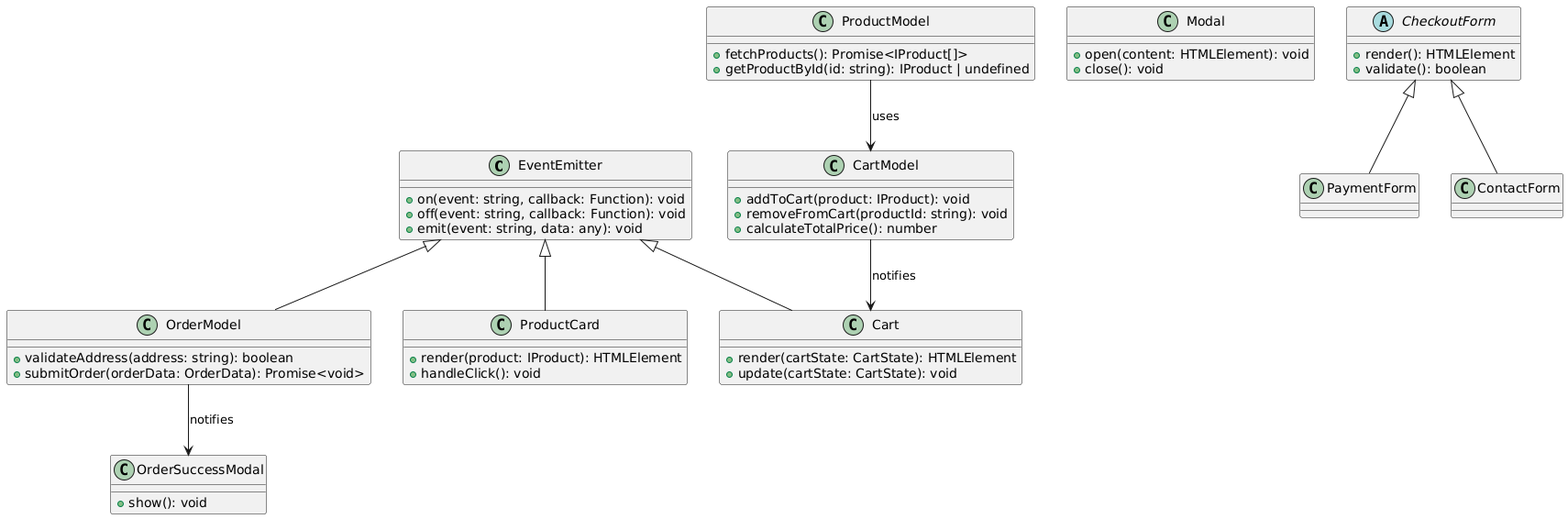
Above: src/docs/UML.png in achepin/web-larek-frontend (PlantUML), before the change.
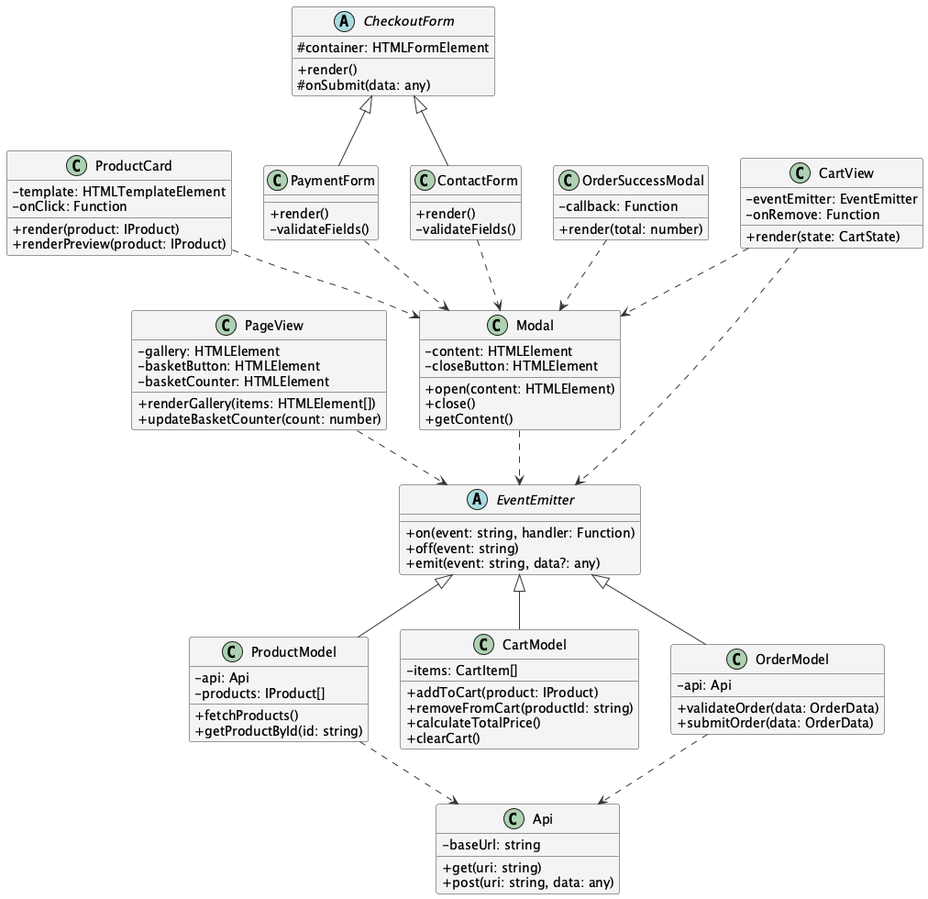
After the change.

What changed in the source:
```diff
@@ -1,59 +1,114 @@
-@startuml
-class EventEmitter {
-  +on(event: string, callback: Function): void
-  +off(event: string, callback: Function): void
-  +emit(event: string, data: any): void
+@startuml WebLarek
+
+skinparam classAttributeIconSize 0
+skinparam backgroundColor white
+skinparam class {
+    BackgroundColor #f4f4f4
+    ArrowColor #333
+    BorderColor #333
+}
+
+abstract class EventEmitter {
+    +on(event: string, handler: Function)
+    +off(event: string)
+    +emit(event: string, data?: any)
+}
+
+class Api {
+    -baseUrl: string
+    +get(uri: string)
+    +post(uri: string, data: any)
 }
 
 class ProductModel {
-  +fetchProducts(): Promise<IProduct[]>
-  +getProductById(id: string): IProduct | undefined
+    -api: Api
+    -products: IProduct[]
+    +fetchProducts()
+    +getProductById(id: string)
 }
 
 class CartModel {
-  +addToCart(product: IProduct): void
-  +removeFromCart(productId: string): void
-  +calculateTotalPrice(): number
+    -items: CartItem[]
+    +addToCart(product: IProduct)
+    +removeFromCart(productId: string)
+    +calculateTotalPrice()
+    +clearCart()
 }
 
 class OrderModel {
-  +validateAddress(address: string): boolean
-  +submitOrder(orderData: OrderData): Promise<void>
+    -api: Api
+    +validateOrder(data: OrderData)
+    +submitOrder(data: OrderData)
+}
+
+class PageView {
+    -gallery: HTMLElement
+    -basketButton: HTMLElement
+    -basketCounter: HTMLElement
+    +renderGallery(items: HTMLElement[])
+    +updateBasketCounter(count: number)
+}
+
+class Modal {
+    -content: HTMLElement
+    -closeButton: HTMLElement
+    +open(content: HTMLElement)
+    +close()
+    +getContent()
 }
 
 class ProductCard {
-  +render(product: IProduct): HTMLElement
-  +handleClick(): void
+    -template: HTMLTemplateElement
+    -onClick: Function
+    +render(product: IProduct)
+    +renderPreview(product: IProduct)
 }
 
-class Modal {
-  +open(content: HTMLElement): void
-  +close(): void
-}
-
-class Cart {
-  +render(cartState: CartState): HTMLElement
-  +update(cartState: CartState): void
+class CartView {
+    -eventEmitter: EventEmitter
+    -onRemove: Function
+    +render(state: CartState)
 }
 
 abstract class CheckoutForm {
-  +render(): HTMLElement
-  +validate(): boolean
+    #container: HTMLFormElement
+    +render()
+    #onSubmit(data: any)
 }
 
-class PaymentForm extends CheckoutForm {}
+class PaymentForm {
+    +render()
+    -validateFields()
+}
 
-class ContactForm extends CheckoutForm {}
+class ContactForm {
+    +render()
+    -validateFields()
+}
 
 class OrderSuccessModal {
-  +show(): void
+    -callback: Function
+    +render(total: number)
 }
 
-EventEmitter <|-- ProductCard
-EventEmitter <|-- Cart
+EventEmitter <|-- ProductModel
+EventEmitter <|-- CartModel
 EventEmitter <|-- OrderModel
 
-ProductModel --> CartModel : uses
-CartModel --> Cart : notifies
-OrderModel --> OrderSuccessModal : notifies
+CheckoutForm <|-- PaymentForm
+CheckoutForm <|-- ContactForm
+
+ProductModel ..> Api
+OrderModel ..> Api
+
+PageView ..> EventEmitter
+CartView ..> EventEmitter
+Modal ..> EventEmitter
+
+ProductCard ..> Modal
+CartView ..> Modal
+PaymentForm ..> Modal
+ContactForm ..> Modal
+OrderSuccessModal ..> Modal
+
 @enduml
```
